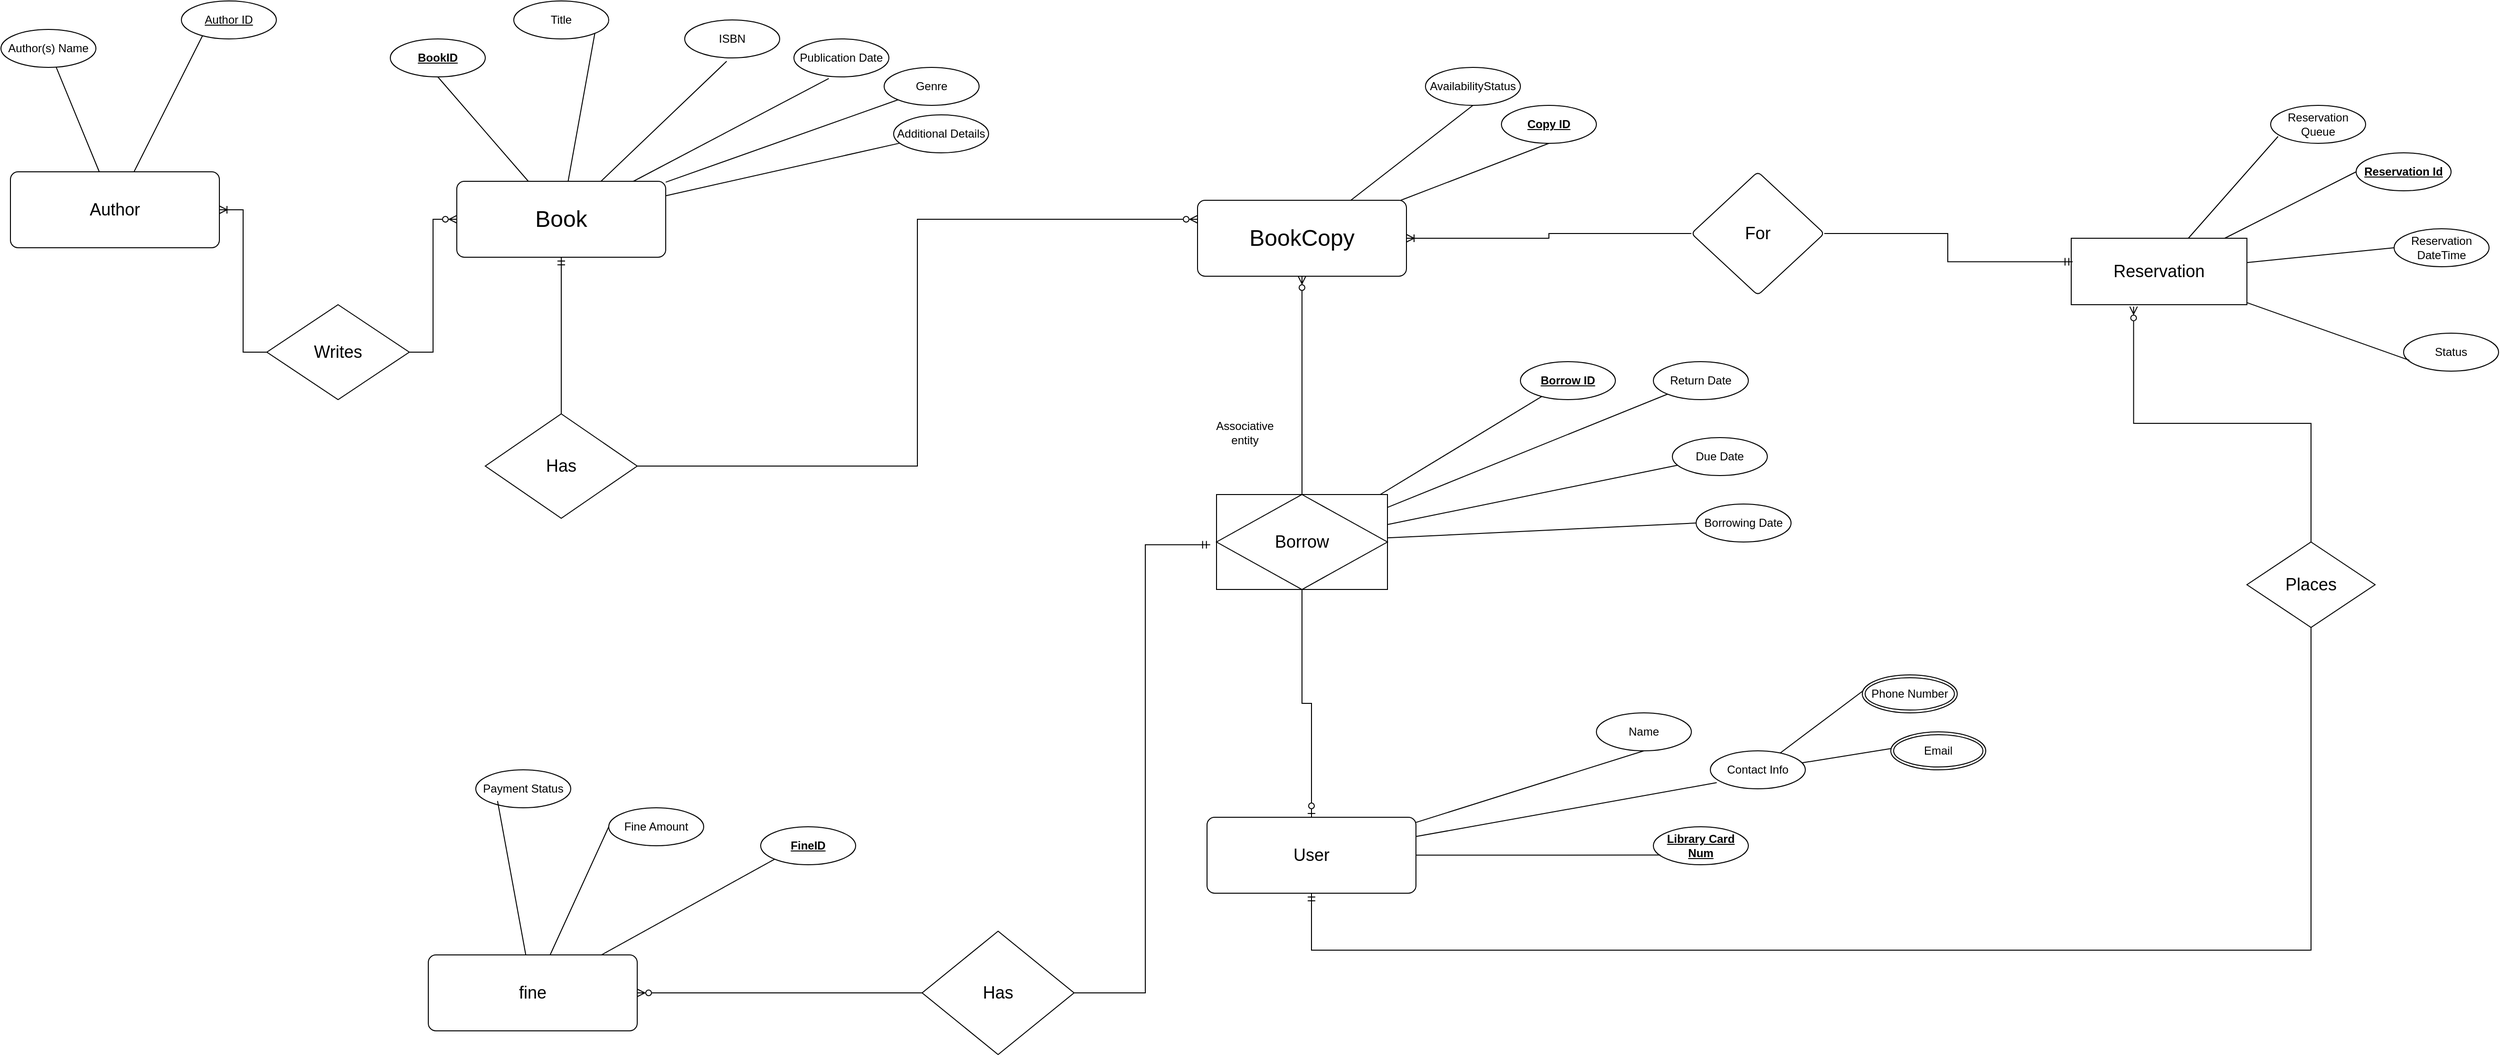
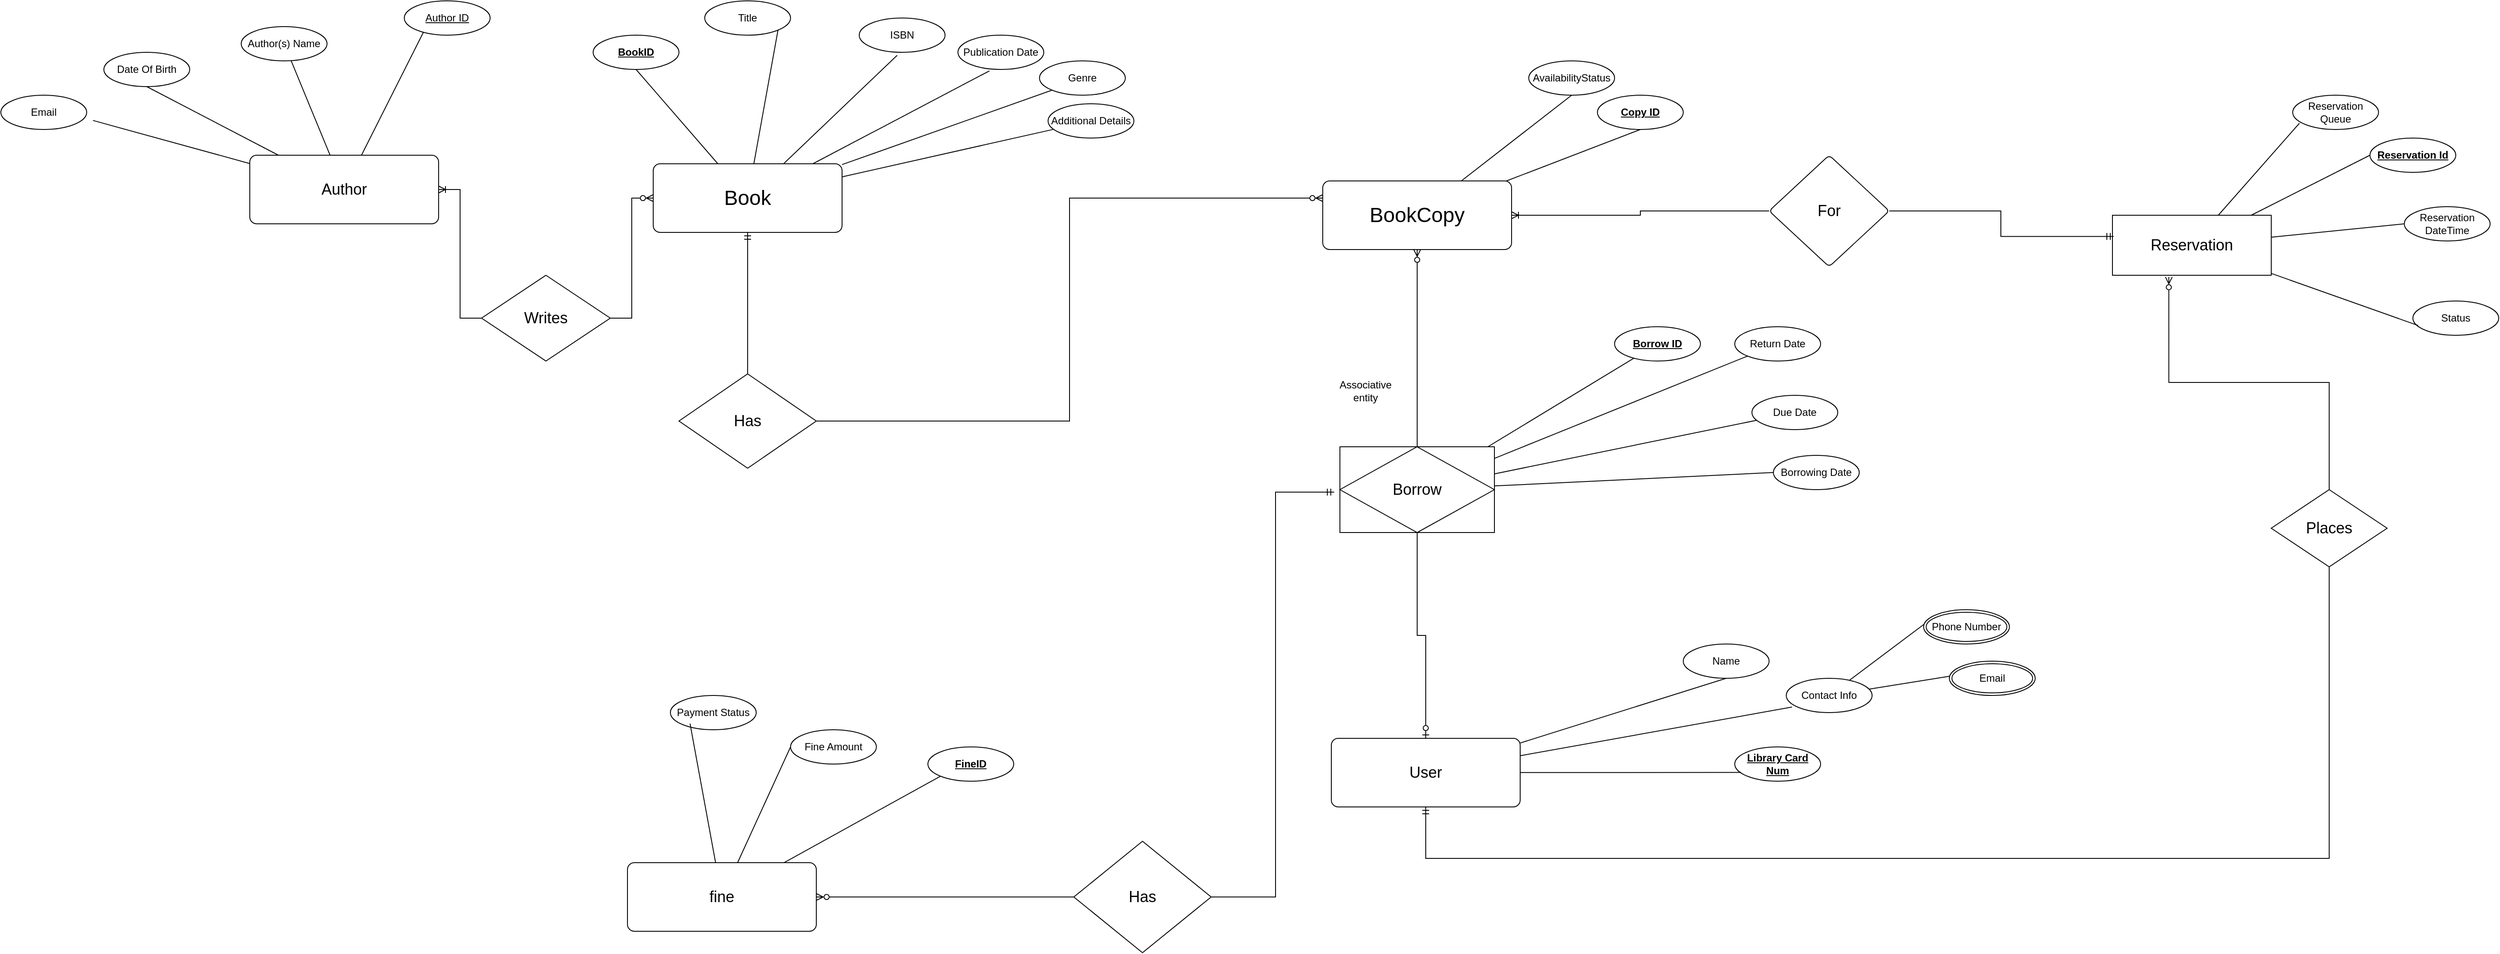
<mxfile host="app.diagrams.net">
  <diagram name="Page-1" id="B9Nwf9ZPLkXmfYra15Gt">
    <mxGraphModel dx="2298" dy="1789" grid="1" gridSize="10" guides="1" tooltips="1" connect="1" arrows="1" fold="1" page="1" pageScale="1" pageWidth="850" pageHeight="1100" math="0" shadow="0">
      <root>
        <mxCell id="0" />
        <mxCell id="1" parent="0" />
        <mxCell id="yqGJgnaFVJ7uCynHO3OM-8" edge="1" parent="1" source="yqGJgnaFVJ7uCynHO3OM-1" style="rounded=0;orthogonalLoop=1;jettySize=auto;html=1;entryX=0.5;entryY=1;entryDx=0;entryDy=0;endArrow=none;endFill=0;" target="yqGJgnaFVJ7uCynHO3OM-7">
          <mxGeometry relative="1" as="geometry" />
        </mxCell>
        <mxCell id="yqGJgnaFVJ7uCynHO3OM-9" edge="1" parent="1" source="yqGJgnaFVJ7uCynHO3OM-1" style="rounded=0;orthogonalLoop=1;jettySize=auto;html=1;entryX=1;entryY=1;entryDx=0;entryDy=0;endArrow=none;endFill=0;" target="yqGJgnaFVJ7uCynHO3OM-6">
          <mxGeometry relative="1" as="geometry" />
        </mxCell>
        <mxCell id="yqGJgnaFVJ7uCynHO3OM-14" edge="1" parent="1" source="yqGJgnaFVJ7uCynHO3OM-1" style="rounded=0;orthogonalLoop=1;jettySize=auto;html=1;entryX=0;entryY=1;entryDx=0;entryDy=0;endArrow=none;endFill=0;" target="yqGJgnaFVJ7uCynHO3OM-5">
          <mxGeometry relative="1" as="geometry" />
        </mxCell>
        <mxCell id="yqGJgnaFVJ7uCynHO3OM-16" edge="1" parent="1" source="yqGJgnaFVJ7uCynHO3OM-1" style="rounded=0;orthogonalLoop=1;jettySize=auto;html=1;endArrow=none;endFill=0;" target="yqGJgnaFVJ7uCynHO3OM-15">
          <mxGeometry relative="1" as="geometry" />
        </mxCell>
        <mxCell id="yqGJgnaFVJ7uCynHO3OM-65" edge="1" parent="1" source="yqGJgnaFVJ7uCynHO3OM-1" style="edgeStyle=orthogonalEdgeStyle;rounded=0;orthogonalLoop=1;jettySize=auto;html=1;startArrow=ERmandOne;startFill=0;endArrow=none;endFill=0;" target="yqGJgnaFVJ7uCynHO3OM-64">
          <mxGeometry relative="1" as="geometry" />
        </mxCell>
        <mxCell id="yqGJgnaFVJ7uCynHO3OM-1" parent="1" style="rounded=1;arcSize=10;whiteSpace=wrap;html=1;align=center;" value="&lt;font style=&quot;font-size: 24px;&quot;&gt;Book&lt;/font&gt;" vertex="1">
          <mxGeometry height="80" width="220" x="-30" y="110" as="geometry" />
        </mxCell>
        <mxCell id="yqGJgnaFVJ7uCynHO3OM-2" parent="1" style="ellipse;whiteSpace=wrap;html=1;align=center;" value="Author(s) Name" vertex="1">
          <mxGeometry height="40" width="100" x="-510" y="-50" as="geometry" />
        </mxCell>
        <mxCell id="yqGJgnaFVJ7uCynHO3OM-3" parent="1" style="ellipse;whiteSpace=wrap;html=1;align=center;" value="ISBN" vertex="1">
          <mxGeometry height="40" width="100" x="210" y="-60" as="geometry" />
        </mxCell>
        <mxCell id="yqGJgnaFVJ7uCynHO3OM-4" parent="1" style="ellipse;whiteSpace=wrap;html=1;align=center;" value="Publication Date" vertex="1">
          <mxGeometry height="40" width="100" x="325" y="-40" as="geometry" />
        </mxCell>
        <mxCell id="yqGJgnaFVJ7uCynHO3OM-5" parent="1" style="ellipse;whiteSpace=wrap;html=1;align=center;" value="Genre" vertex="1">
          <mxGeometry height="40" width="100" x="420" y="-10" as="geometry" />
        </mxCell>
        <mxCell id="yqGJgnaFVJ7uCynHO3OM-6" parent="1" style="ellipse;whiteSpace=wrap;html=1;align=center;" value="Title" vertex="1">
          <mxGeometry height="40" width="100" x="30" y="-80" as="geometry" />
        </mxCell>
        <mxCell id="yqGJgnaFVJ7uCynHO3OM-7" parent="1" style="ellipse;whiteSpace=wrap;html=1;align=center;" value="&lt;b&gt;&lt;u&gt;BookID&lt;/u&gt;&lt;/b&gt;" vertex="1">
          <mxGeometry height="40" width="100" x="-100" y="-40" as="geometry" />
        </mxCell>
        <mxCell id="yqGJgnaFVJ7uCynHO3OM-12" edge="1" parent="1" source="yqGJgnaFVJ7uCynHO3OM-1" style="rounded=0;orthogonalLoop=1;jettySize=auto;html=1;entryX=0.442;entryY=1.088;entryDx=0;entryDy=0;entryPerimeter=0;endArrow=none;endFill=0;" target="yqGJgnaFVJ7uCynHO3OM-3">
          <mxGeometry relative="1" as="geometry" />
        </mxCell>
        <mxCell id="yqGJgnaFVJ7uCynHO3OM-13" edge="1" parent="1" source="yqGJgnaFVJ7uCynHO3OM-1" style="rounded=0;orthogonalLoop=1;jettySize=auto;html=1;entryX=0.367;entryY=1.041;entryDx=0;entryDy=0;entryPerimeter=0;endArrow=none;endFill=0;" target="yqGJgnaFVJ7uCynHO3OM-4">
          <mxGeometry relative="1" as="geometry" />
        </mxCell>
        <mxCell id="yqGJgnaFVJ7uCynHO3OM-15" parent="1" style="ellipse;whiteSpace=wrap;html=1;align=center;" value="&lt;div&gt;Additional Details&lt;/div&gt;" vertex="1">
          <mxGeometry height="40" width="100" x="430" y="40" as="geometry" />
        </mxCell>
        <mxCell id="yqGJgnaFVJ7uCynHO3OM-19" edge="1" parent="1" source="yqGJgnaFVJ7uCynHO3OM-17" style="rounded=0;orthogonalLoop=1;jettySize=auto;html=1;entryX=0.5;entryY=1;entryDx=0;entryDy=0;endArrow=none;endFill=0;" target="yqGJgnaFVJ7uCynHO3OM-18">
          <mxGeometry relative="1" as="geometry" />
        </mxCell>
        <mxCell id="yqGJgnaFVJ7uCynHO3OM-21" edge="1" parent="1" source="yqGJgnaFVJ7uCynHO3OM-17" style="rounded=0;orthogonalLoop=1;jettySize=auto;html=1;entryX=0.5;entryY=1;entryDx=0;entryDy=0;endArrow=none;endFill=0;" target="yqGJgnaFVJ7uCynHO3OM-20">
          <mxGeometry relative="1" as="geometry" />
        </mxCell>
        <mxCell id="yqGJgnaFVJ7uCynHO3OM-77" edge="1" parent="1" source="yqGJgnaFVJ7uCynHO3OM-17" style="edgeStyle=orthogonalEdgeStyle;rounded=0;orthogonalLoop=1;jettySize=auto;html=1;endArrow=none;endFill=0;startArrow=ERoneToMany;startFill=0;" target="yqGJgnaFVJ7uCynHO3OM-76" value="">
          <mxGeometry relative="1" as="geometry" />
        </mxCell>
        <mxCell id="yqGJgnaFVJ7uCynHO3OM-17" parent="1" style="rounded=1;arcSize=10;whiteSpace=wrap;html=1;align=center;" value="&lt;font style=&quot;font-size: 24px;&quot;&gt;BookCopy&lt;/font&gt;" vertex="1">
          <mxGeometry height="80" width="220" x="750" y="130" as="geometry" />
        </mxCell>
        <mxCell id="yqGJgnaFVJ7uCynHO3OM-18" parent="1" style="ellipse;whiteSpace=wrap;html=1;align=center;" value="&lt;u&gt;&lt;b&gt;Copy ID&lt;/b&gt;&lt;/u&gt;" vertex="1">
          <mxGeometry height="40" width="100" x="1070" y="30" as="geometry" />
        </mxCell>
        <mxCell id="yqGJgnaFVJ7uCynHO3OM-20" parent="1" style="ellipse;whiteSpace=wrap;html=1;align=center;" value="&lt;div&gt;AvailabilityStatus &lt;/div&gt;" vertex="1">
          <mxGeometry height="40" width="100" x="990" y="-10" as="geometry" />
        </mxCell>
        <mxCell id="yqGJgnaFVJ7uCynHO3OM-24" edge="1" parent="1" source="yqGJgnaFVJ7uCynHO3OM-22" style="rounded=0;orthogonalLoop=1;jettySize=auto;html=1;entryX=0.5;entryY=1;entryDx=0;entryDy=0;endArrow=none;endFill=0;" target="yqGJgnaFVJ7uCynHO3OM-23">
          <mxGeometry relative="1" as="geometry" />
        </mxCell>
        <mxCell id="yqGJgnaFVJ7uCynHO3OM-62" edge="1" parent="1" source="yqGJgnaFVJ7uCynHO3OM-33" style="edgeStyle=orthogonalEdgeStyle;rounded=0;orthogonalLoop=1;jettySize=auto;html=1;entryX=1;entryY=0.5;entryDx=0;entryDy=0;endArrow=none;endFill=0;startArrow=ERmandOne;startFill=0;exitX=-0.037;exitY=0.529;exitDx=0;exitDy=0;exitPerimeter=0;" target="yqGJgnaFVJ7uCynHO3OM-61">
          <mxGeometry relative="1" as="geometry" />
        </mxCell>
        <mxCell id="yqGJgnaFVJ7uCynHO3OM-90" edge="1" parent="1" source="yqGJgnaFVJ7uCynHO3OM-22" style="edgeStyle=orthogonalEdgeStyle;rounded=0;orthogonalLoop=1;jettySize=auto;html=1;entryX=0.5;entryY=1;entryDx=0;entryDy=0;endArrow=none;endFill=0;startArrow=ERmandOne;startFill=0;" target="yqGJgnaFVJ7uCynHO3OM-89">
          <mxGeometry relative="1" as="geometry">
            <Array as="points">
              <mxPoint x="870" y="920" />
              <mxPoint x="1922.55" y="920" />
            </Array>
          </mxGeometry>
        </mxCell>
        <mxCell id="yqGJgnaFVJ7uCynHO3OM-22" parent="1" style="rounded=1;arcSize=10;whiteSpace=wrap;html=1;align=center;" value="&lt;font style=&quot;font-size: 18px;&quot;&gt;User&lt;/font&gt;" vertex="1">
          <mxGeometry height="80" width="220" x="760" y="780" as="geometry" />
        </mxCell>
        <mxCell id="yqGJgnaFVJ7uCynHO3OM-23" parent="1" style="ellipse;whiteSpace=wrap;html=1;align=center;" value="Name" vertex="1">
          <mxGeometry height="40" width="100" x="1170" y="670" as="geometry" />
        </mxCell>
        <mxCell id="yqGJgnaFVJ7uCynHO3OM-44" edge="1" parent="1" source="yqGJgnaFVJ7uCynHO3OM-26" style="rounded=0;orthogonalLoop=1;jettySize=auto;html=1;endArrow=none;endFill=0;entryX=0.005;entryY=0.425;entryDx=0;entryDy=0;entryPerimeter=0;" target="uUi9bw1wtk8PfAUnjRbH-2" value="">
          <mxGeometry relative="1" as="geometry">
            <mxPoint x="1419.6446614452443" y="658.2676115234988" as="targetPoint" />
          </mxGeometry>
        </mxCell>
        <mxCell id="yqGJgnaFVJ7uCynHO3OM-26" parent="1" style="ellipse;whiteSpace=wrap;html=1;align=center;" value="Contact Info" vertex="1">
          <mxGeometry height="40" width="100" x="1290" y="710" as="geometry" />
        </mxCell>
        <mxCell id="yqGJgnaFVJ7uCynHO3OM-29" edge="1" parent="1" source="yqGJgnaFVJ7uCynHO3OM-22" style="rounded=0;orthogonalLoop=1;jettySize=auto;html=1;entryX=0.067;entryY=0.838;entryDx=0;entryDy=0;entryPerimeter=0;endArrow=none;endFill=0;" target="yqGJgnaFVJ7uCynHO3OM-26">
          <mxGeometry relative="1" as="geometry" />
        </mxCell>
        <mxCell id="yqGJgnaFVJ7uCynHO3OM-30" parent="1" style="ellipse;whiteSpace=wrap;html=1;align=center;" value="&lt;u&gt;&lt;b&gt;Library Card Num&lt;/b&gt;&lt;/u&gt;" vertex="1">
          <mxGeometry height="40" width="100" x="1230" y="790" as="geometry" />
        </mxCell>
        <mxCell id="yqGJgnaFVJ7uCynHO3OM-31" edge="1" parent="1" source="yqGJgnaFVJ7uCynHO3OM-22" style="rounded=0;orthogonalLoop=1;jettySize=auto;html=1;entryX=0.073;entryY=0.744;entryDx=0;entryDy=0;entryPerimeter=0;endArrow=none;endFill=0;" target="yqGJgnaFVJ7uCynHO3OM-30">
          <mxGeometry relative="1" as="geometry" />
        </mxCell>
        <mxCell id="yqGJgnaFVJ7uCynHO3OM-48" edge="1" parent="1" source="yqGJgnaFVJ7uCynHO3OM-33" style="rounded=0;orthogonalLoop=1;jettySize=auto;html=1;endArrow=none;endFill=0;" target="yqGJgnaFVJ7uCynHO3OM-40">
          <mxGeometry relative="1" as="geometry" />
        </mxCell>
        <mxCell id="yqGJgnaFVJ7uCynHO3OM-49" edge="1" parent="1" source="yqGJgnaFVJ7uCynHO3OM-33" style="rounded=0;orthogonalLoop=1;jettySize=auto;html=1;endArrow=none;endFill=0;" target="yqGJgnaFVJ7uCynHO3OM-36">
          <mxGeometry relative="1" as="geometry" />
        </mxCell>
        <mxCell id="uUi9bw1wtk8PfAUnjRbH-9" edge="1" parent="1" source="yqGJgnaFVJ7uCynHO3OM-33" style="rounded=0;orthogonalLoop=1;jettySize=auto;html=1;endArrow=none;endFill=0;" target="uUi9bw1wtk8PfAUnjRbH-8">
          <mxGeometry relative="1" as="geometry" />
        </mxCell>
        <mxCell id="yqGJgnaFVJ7uCynHO3OM-33" parent="1" style="shape=associativeEntity;whiteSpace=wrap;html=1;align=center;" value="&lt;font style=&quot;font-size: 18px;&quot;&gt;Borrow&lt;/font&gt;" vertex="1">
          <mxGeometry height="100" width="180" x="770" y="440" as="geometry" />
        </mxCell>
        <mxCell id="yqGJgnaFVJ7uCynHO3OM-36" parent="1" style="ellipse;whiteSpace=wrap;html=1;align=center;" value="Return Date" vertex="1">
          <mxGeometry height="40" width="100" x="1230" y="300" as="geometry" />
        </mxCell>
        <mxCell id="yqGJgnaFVJ7uCynHO3OM-39" parent="1" style="ellipse;whiteSpace=wrap;html=1;align=center;" value="Borrowing Date" vertex="1">
          <mxGeometry height="40" width="100" x="1275" y="450" as="geometry" />
        </mxCell>
        <mxCell id="yqGJgnaFVJ7uCynHO3OM-40" parent="1" style="ellipse;whiteSpace=wrap;html=1;align=center;" value="Due Date" vertex="1">
          <mxGeometry height="40" width="100" x="1250" y="380" as="geometry" />
        </mxCell>
        <mxCell id="yqGJgnaFVJ7uCynHO3OM-46" edge="1" parent="1" source="yqGJgnaFVJ7uCynHO3OM-26" style="rounded=0;orthogonalLoop=1;jettySize=auto;html=1;entryX=0.063;entryY=0.415;entryDx=0;entryDy=0;entryPerimeter=0;endArrow=none;endFill=0;" target="uUi9bw1wtk8PfAUnjRbH-1">
          <mxGeometry relative="1" as="geometry">
            <mxPoint x="1509.1999999999998" y="696.6399999999999" as="targetPoint" />
          </mxGeometry>
        </mxCell>
        <mxCell id="yqGJgnaFVJ7uCynHO3OM-47" edge="1" parent="1" source="yqGJgnaFVJ7uCynHO3OM-33" style="rounded=0;orthogonalLoop=1;jettySize=auto;html=1;entryX=0;entryY=0.5;entryDx=0;entryDy=0;endArrow=none;endFill=0;" target="yqGJgnaFVJ7uCynHO3OM-39">
          <mxGeometry relative="1" as="geometry" />
        </mxCell>
        <mxCell id="yqGJgnaFVJ7uCynHO3OM-54" edge="1" parent="1" source="yqGJgnaFVJ7uCynHO3OM-50" style="rounded=0;orthogonalLoop=1;jettySize=auto;html=1;entryX=0;entryY=0.5;entryDx=0;entryDy=0;endArrow=none;endFill=0;" target="yqGJgnaFVJ7uCynHO3OM-53">
          <mxGeometry relative="1" as="geometry" />
        </mxCell>
        <mxCell id="yqGJgnaFVJ7uCynHO3OM-87" edge="1" parent="1" source="yqGJgnaFVJ7uCynHO3OM-50" style="rounded=0;orthogonalLoop=1;jettySize=auto;html=1;entryX=0;entryY=1;entryDx=0;entryDy=0;endArrow=none;endFill=0;" target="yqGJgnaFVJ7uCynHO3OM-86">
          <mxGeometry relative="1" as="geometry" />
        </mxCell>
        <mxCell id="yqGJgnaFVJ7uCynHO3OM-50" parent="1" style="rounded=1;arcSize=10;whiteSpace=wrap;html=1;align=center;" value="&lt;font style=&quot;font-size: 18px;&quot;&gt;fine&lt;/font&gt;" vertex="1">
          <mxGeometry height="80" width="220" x="-60" y="925" as="geometry" />
        </mxCell>
        <mxCell id="yqGJgnaFVJ7uCynHO3OM-51" parent="1" style="ellipse;whiteSpace=wrap;html=1;align=center;" value="Payment Status" vertex="1">
          <mxGeometry height="40" width="100" x="-10" y="730" as="geometry" />
        </mxCell>
        <mxCell id="yqGJgnaFVJ7uCynHO3OM-52" edge="1" parent="1" source="yqGJgnaFVJ7uCynHO3OM-50" style="rounded=0;orthogonalLoop=1;jettySize=auto;html=1;entryX=0.229;entryY=0.822;entryDx=0;entryDy=0;entryPerimeter=0;endArrow=none;endFill=0;" target="yqGJgnaFVJ7uCynHO3OM-51">
          <mxGeometry relative="1" as="geometry" />
        </mxCell>
        <mxCell id="yqGJgnaFVJ7uCynHO3OM-53" parent="1" style="ellipse;whiteSpace=wrap;html=1;align=center;" value="Fine Amount" vertex="1">
          <mxGeometry height="40" width="100" x="130" y="770" as="geometry" />
        </mxCell>
        <mxCell id="yqGJgnaFVJ7uCynHO3OM-57" edge="1" parent="1" source="yqGJgnaFVJ7uCynHO3OM-22" style="edgeStyle=orthogonalEdgeStyle;rounded=0;orthogonalLoop=1;jettySize=auto;html=1;entryX=0.5;entryY=1;entryDx=0;entryDy=0;endArrow=none;endFill=0;startArrow=ERzeroToOne;startFill=0;" target="yqGJgnaFVJ7uCynHO3OM-33">
          <mxGeometry relative="1" as="geometry" />
        </mxCell>
        <mxCell id="yqGJgnaFVJ7uCynHO3OM-59" edge="1" parent="1" source="yqGJgnaFVJ7uCynHO3OM-17" style="edgeStyle=orthogonalEdgeStyle;rounded=0;orthogonalLoop=1;jettySize=auto;html=1;entryX=0.5;entryY=0;entryDx=0;entryDy=0;endArrow=none;endFill=0;startArrow=ERzeroToMany;startFill=0;" target="yqGJgnaFVJ7uCynHO3OM-33">
          <mxGeometry relative="1" as="geometry" />
        </mxCell>
        <mxCell id="yqGJgnaFVJ7uCynHO3OM-63" edge="1" parent="1" source="yqGJgnaFVJ7uCynHO3OM-61" style="edgeStyle=orthogonalEdgeStyle;rounded=0;orthogonalLoop=1;jettySize=auto;html=1;entryX=1;entryY=0.5;entryDx=0;entryDy=0;endArrow=ERzeroToMany;endFill=0;startArrow=none;startFill=0;" target="yqGJgnaFVJ7uCynHO3OM-50">
          <mxGeometry relative="1" as="geometry" />
        </mxCell>
        <mxCell id="yqGJgnaFVJ7uCynHO3OM-61" parent="1" style="shape=rhombus;perimeter=rhombusPerimeter;whiteSpace=wrap;html=1;align=center;" value="&lt;font style=&quot;font-size: 18px;&quot;&gt;Has&lt;/font&gt;" vertex="1">
          <mxGeometry height="130" width="160" x="460" y="900" as="geometry" />
        </mxCell>
        <mxCell id="yqGJgnaFVJ7uCynHO3OM-66" edge="1" parent="1" source="yqGJgnaFVJ7uCynHO3OM-64" style="edgeStyle=orthogonalEdgeStyle;rounded=0;orthogonalLoop=1;jettySize=auto;html=1;entryX=0;entryY=0.25;entryDx=0;entryDy=0;endArrow=ERzeroToMany;endFill=0;" target="yqGJgnaFVJ7uCynHO3OM-17">
          <mxGeometry relative="1" as="geometry" />
        </mxCell>
        <mxCell id="yqGJgnaFVJ7uCynHO3OM-64" parent="1" style="shape=rhombus;perimeter=rhombusPerimeter;whiteSpace=wrap;html=1;align=center;" value="&lt;font style=&quot;font-size: 18px;&quot;&gt;Has&lt;/font&gt;" vertex="1">
          <mxGeometry height="110" width="160" y="355" as="geometry" />
        </mxCell>
        <mxCell id="yqGJgnaFVJ7uCynHO3OM-70" edge="1" parent="1" source="yqGJgnaFVJ7uCynHO3OM-68" style="rounded=0;orthogonalLoop=1;jettySize=auto;html=1;entryX=0;entryY=0.5;entryDx=0;entryDy=0;endArrow=none;endFill=0;" target="yqGJgnaFVJ7uCynHO3OM-69">
          <mxGeometry relative="1" as="geometry" />
        </mxCell>
        <mxCell id="yqGJgnaFVJ7uCynHO3OM-68" parent="1" style="whiteSpace=wrap;html=1;" value="&lt;font style=&quot;font-size: 18px;&quot;&gt;Reservation&lt;/font&gt;" vertex="1">
          <mxGeometry height="70" width="185" x="1670" y="170" as="geometry" />
        </mxCell>
        <mxCell id="yqGJgnaFVJ7uCynHO3OM-69" parent="1" style="ellipse;whiteSpace=wrap;html=1;align=center;" value="&lt;b&gt;&lt;u&gt;Reservation Id&lt;/u&gt;&lt;/b&gt;" vertex="1">
          <mxGeometry height="40" width="100" x="1970" y="80" as="geometry" />
        </mxCell>
        <mxCell id="yqGJgnaFVJ7uCynHO3OM-71" parent="1" style="ellipse;whiteSpace=wrap;html=1;align=center;" value="Reservation DateTime" vertex="1">
          <mxGeometry height="40" width="100" x="2010" y="160" as="geometry" />
        </mxCell>
        <mxCell id="yqGJgnaFVJ7uCynHO3OM-72" edge="1" parent="1" source="yqGJgnaFVJ7uCynHO3OM-68" style="rounded=0;orthogonalLoop=1;jettySize=auto;html=1;entryX=0;entryY=0.5;entryDx=0;entryDy=0;endArrow=none;endFill=0;" target="yqGJgnaFVJ7uCynHO3OM-71">
          <mxGeometry relative="1" as="geometry" />
        </mxCell>
        <mxCell id="yqGJgnaFVJ7uCynHO3OM-74" parent="1" style="ellipse;whiteSpace=wrap;html=1;align=center;" value="Status" vertex="1">
          <mxGeometry height="40" width="100" x="2020" y="270" as="geometry" />
        </mxCell>
        <mxCell id="yqGJgnaFVJ7uCynHO3OM-75" edge="1" parent="1" source="yqGJgnaFVJ7uCynHO3OM-68" style="rounded=0;orthogonalLoop=1;jettySize=auto;html=1;entryX=0.061;entryY=0.714;entryDx=0;entryDy=0;entryPerimeter=0;endArrow=none;endFill=0;" target="yqGJgnaFVJ7uCynHO3OM-74">
          <mxGeometry relative="1" as="geometry" />
        </mxCell>
        <mxCell id="yqGJgnaFVJ7uCynHO3OM-76" parent="1" style="rhombus;whiteSpace=wrap;html=1;rounded=1;arcSize=10;" value="&lt;font style=&quot;font-size: 18px;&quot;&gt;For&lt;/font&gt;" vertex="1">
          <mxGeometry height="130" width="140" x="1270" y="100" as="geometry" />
        </mxCell>
        <mxCell id="yqGJgnaFVJ7uCynHO3OM-78" edge="1" parent="1" source="yqGJgnaFVJ7uCynHO3OM-76" style="edgeStyle=orthogonalEdgeStyle;rounded=0;orthogonalLoop=1;jettySize=auto;html=1;entryX=0.008;entryY=0.353;entryDx=0;entryDy=0;entryPerimeter=0;endArrow=ERmandOne;endFill=0;" target="yqGJgnaFVJ7uCynHO3OM-68">
          <mxGeometry relative="1" as="geometry" />
        </mxCell>
        <mxCell id="yqGJgnaFVJ7uCynHO3OM-80" edge="1" parent="1" source="yqGJgnaFVJ7uCynHO3OM-79" style="rounded=0;orthogonalLoop=1;jettySize=auto;html=1;endArrow=none;endFill=0;" target="yqGJgnaFVJ7uCynHO3OM-2">
          <mxGeometry relative="1" as="geometry" />
        </mxCell>
        <mxCell id="yqGJgnaFVJ7uCynHO3OM-84" edge="1" parent="1" source="yqGJgnaFVJ7uCynHO3OM-79" style="edgeStyle=orthogonalEdgeStyle;rounded=0;orthogonalLoop=1;jettySize=auto;html=1;entryX=0;entryY=0.5;entryDx=0;entryDy=0;endArrow=none;endFill=0;startArrow=ERoneToMany;startFill=0;" target="yqGJgnaFVJ7uCynHO3OM-83">
          <mxGeometry relative="1" as="geometry" />
        </mxCell>
+         <mxCell id="uUi9bw1wtk8PfAUnjRbH-12" edge="1" parent="1" source="yqGJgnaFVJ7uCynHO3OM-79" style="rounded=0;orthogonalLoop=1;jettySize=auto;html=1;entryX=0.5;entryY=1;entryDx=0;entryDy=0;endArrow=none;endFill=0;" target="uUi9bw1wtk8PfAUnjRbH-11">
+           <mxGeometry relative="1" as="geometry" />
+         </mxCell>
        <mxCell id="yqGJgnaFVJ7uCynHO3OM-79" parent="1" style="rounded=1;arcSize=10;whiteSpace=wrap;html=1;align=center;" value="&lt;font style=&quot;font-size: 18px;&quot;&gt;Author&lt;/font&gt;" vertex="1">
          <mxGeometry height="80" width="220" x="-500" y="100" as="geometry" />
        </mxCell>
        <mxCell id="yqGJgnaFVJ7uCynHO3OM-81" parent="1" style="ellipse;whiteSpace=wrap;html=1;align=center;" value="&lt;u&gt;Author ID&lt;/u&gt;" vertex="1">
          <mxGeometry height="40" width="100" x="-320" y="-80" as="geometry" />
        </mxCell>
        <mxCell id="yqGJgnaFVJ7uCynHO3OM-82" edge="1" parent="1" source="yqGJgnaFVJ7uCynHO3OM-79" style="rounded=0;orthogonalLoop=1;jettySize=auto;html=1;entryX=0.222;entryY=0.918;entryDx=0;entryDy=0;entryPerimeter=0;endArrow=none;endFill=0;" target="yqGJgnaFVJ7uCynHO3OM-81">
          <mxGeometry relative="1" as="geometry" />
        </mxCell>
        <mxCell id="yqGJgnaFVJ7uCynHO3OM-85" edge="1" parent="1" source="yqGJgnaFVJ7uCynHO3OM-83" style="edgeStyle=orthogonalEdgeStyle;rounded=0;orthogonalLoop=1;jettySize=auto;html=1;entryX=0;entryY=0.5;entryDx=0;entryDy=0;endArrow=ERzeroToMany;endFill=0;" target="yqGJgnaFVJ7uCynHO3OM-1">
          <mxGeometry relative="1" as="geometry" />
        </mxCell>
        <mxCell id="yqGJgnaFVJ7uCynHO3OM-83" parent="1" style="shape=rhombus;perimeter=rhombusPerimeter;whiteSpace=wrap;html=1;align=center;" value="&lt;font style=&quot;font-size: 18px;&quot;&gt;Writes&lt;/font&gt;" vertex="1">
          <mxGeometry height="100" width="150" x="-230" y="240" as="geometry" />
        </mxCell>
        <mxCell id="yqGJgnaFVJ7uCynHO3OM-86" parent="1" style="ellipse;whiteSpace=wrap;html=1;align=center;" value="&lt;b&gt;&lt;u&gt;FineID&lt;/u&gt;&lt;/b&gt;" vertex="1">
          <mxGeometry height="40" width="100" x="290" y="790" as="geometry" />
        </mxCell>
        <mxCell id="yqGJgnaFVJ7uCynHO3OM-89" parent="1" style="shape=rhombus;perimeter=rhombusPerimeter;whiteSpace=wrap;html=1;align=center;" value="&lt;font style=&quot;font-size: 18px;&quot;&gt;Places&lt;/font&gt;" vertex="1">
          <mxGeometry height="90" width="135" x="1855" y="490" as="geometry" />
        </mxCell>
        <mxCell id="yqGJgnaFVJ7uCynHO3OM-91" edge="1" parent="1" source="yqGJgnaFVJ7uCynHO3OM-89" style="edgeStyle=orthogonalEdgeStyle;rounded=0;orthogonalLoop=1;jettySize=auto;html=1;entryX=0.355;entryY=1.028;entryDx=0;entryDy=0;entryPerimeter=0;endArrow=ERzeroToMany;endFill=0;startArrow=none;startFill=0;" target="yqGJgnaFVJ7uCynHO3OM-68">
          <mxGeometry relative="1" as="geometry" />
        </mxCell>
        <mxCell id="uUi9bw1wtk8PfAUnjRbH-1" parent="1" style="ellipse;shape=doubleEllipse;margin=3;whiteSpace=wrap;html=1;align=center;" value="Email" vertex="1">
          <mxGeometry height="40" width="100" x="1480" y="690" as="geometry" />
        </mxCell>
        <mxCell id="uUi9bw1wtk8PfAUnjRbH-2" parent="1" style="ellipse;shape=doubleEllipse;margin=3;whiteSpace=wrap;html=1;align=center;" value="Phone Number" vertex="1">
          <mxGeometry height="40" width="100" x="1450" y="630" as="geometry" />
        </mxCell>
        <mxCell id="uUi9bw1wtk8PfAUnjRbH-3" parent="1" style="ellipse;whiteSpace=wrap;html=1;align=center;" value="Reservation Queue" vertex="1">
          <mxGeometry height="40" width="100" x="1880" y="30" as="geometry" />
        </mxCell>
        <mxCell id="uUi9bw1wtk8PfAUnjRbH-4" edge="1" parent="1" source="yqGJgnaFVJ7uCynHO3OM-68" style="rounded=0;orthogonalLoop=1;jettySize=auto;html=1;entryX=0.078;entryY=0.819;entryDx=0;entryDy=0;entryPerimeter=0;endArrow=none;endFill=0;" target="uUi9bw1wtk8PfAUnjRbH-3">
          <mxGeometry relative="1" as="geometry" />
        </mxCell>
        <mxCell id="uUi9bw1wtk8PfAUnjRbH-8" parent="1" style="ellipse;whiteSpace=wrap;html=1;align=center;" value="&lt;b&gt;&lt;u&gt;Borrow ID&lt;/u&gt;&lt;/b&gt;" vertex="1">
          <mxGeometry height="40" width="100" x="1090" y="300" as="geometry" />
        </mxCell>
        <mxCell id="uUi9bw1wtk8PfAUnjRbH-10" parent="1" style="text;html=1;whiteSpace=wrap;strokeColor=none;fillColor=none;align=center;verticalAlign=middle;rounded=0;" value="Associative entity" vertex="1">
          <mxGeometry height="30" width="60" x="770" y="360" as="geometry" />
+         </mxCell>
+         <mxCell id="uUi9bw1wtk8PfAUnjRbH-11" parent="1" style="ellipse;whiteSpace=wrap;html=1;align=center;" value="Date Of Birth" vertex="1">
+           <mxGeometry height="40" width="100" x="-670" y="-20" as="geometry" />
+         </mxCell>
+         <mxCell id="uUi9bw1wtk8PfAUnjRbH-13" parent="1" style="ellipse;whiteSpace=wrap;html=1;align=center;" value="Email" vertex="1">
+           <mxGeometry height="40" width="100" x="-790" y="30" as="geometry" />
+         </mxCell>
+         <mxCell id="uUi9bw1wtk8PfAUnjRbH-14" edge="1" parent="1" source="yqGJgnaFVJ7uCynHO3OM-79" style="rounded=0;orthogonalLoop=1;jettySize=auto;html=1;entryX=1.073;entryY=0.736;entryDx=0;entryDy=0;entryPerimeter=0;endArrow=none;endFill=0;" target="uUi9bw1wtk8PfAUnjRbH-13">
+           <mxGeometry relative="1" as="geometry" />
        </mxCell>
      </root>
    </mxGraphModel>
  </diagram>
</mxfile>
